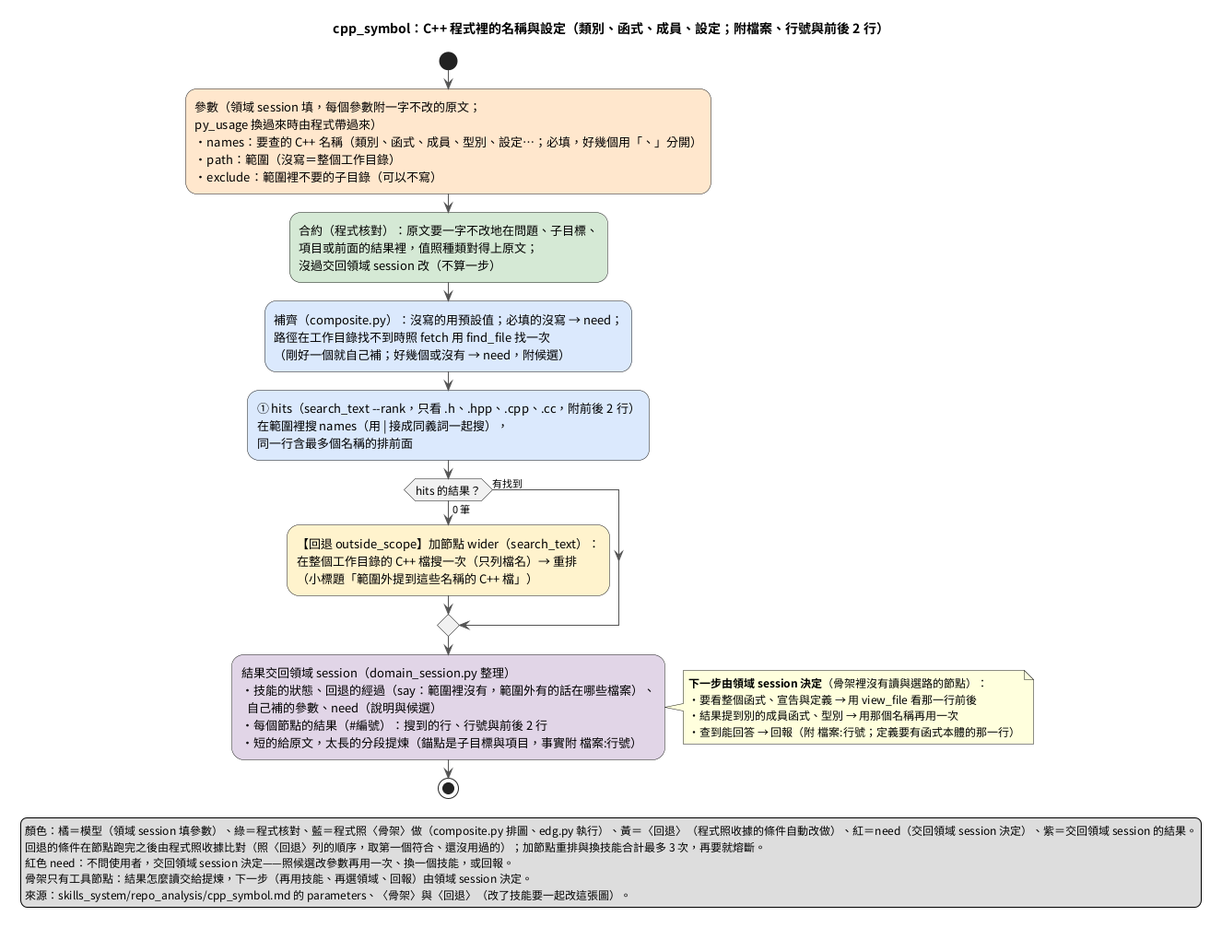
Earlier version of the PlantUML export doc/images/複合技能_cpp_symbol.png (DavidZox/Coding_agnet).
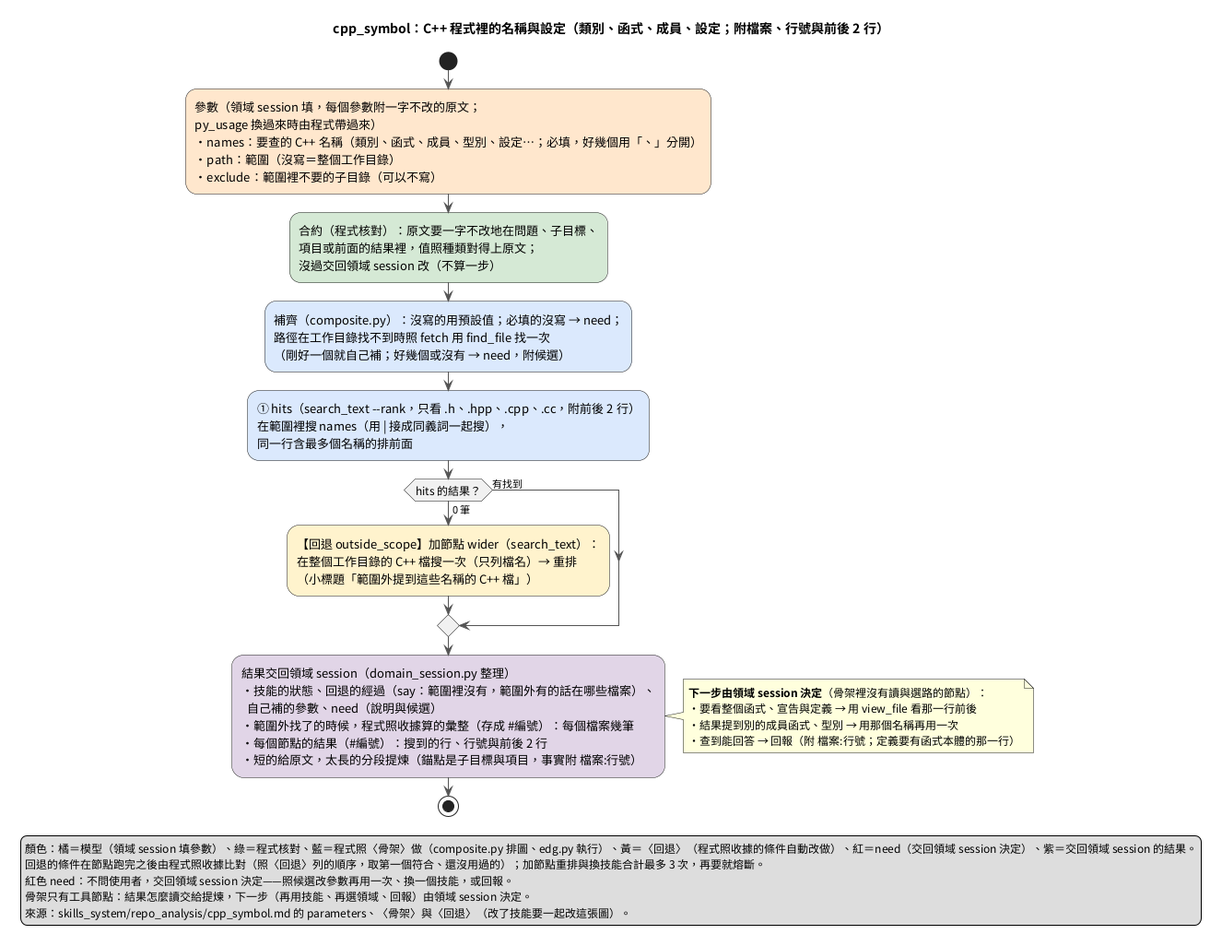
Above is the later version.

What changed in the source:
```diff
@@ -32,6 +32,7 @@
 :結果交回領域 session（domain_session.py 整理）
 ・技能的狀態、回退的經過（say：範圍裡沒有，範圍外有的話在哪些檔案）、
   自己補的參數、need（說明與候選）
+・範圍外找了的時候，程式照收據算的彙整（存成 #編號）：每個檔案幾筆
 ・每個節點的結果（#編號）：搜到的行、行號與前後 2 行
 ・短的給原文，太長的分段提煉（錨點是子目標與項目，事實附 檔案:行號）; <<#E1D5E7>>
 note right
```
